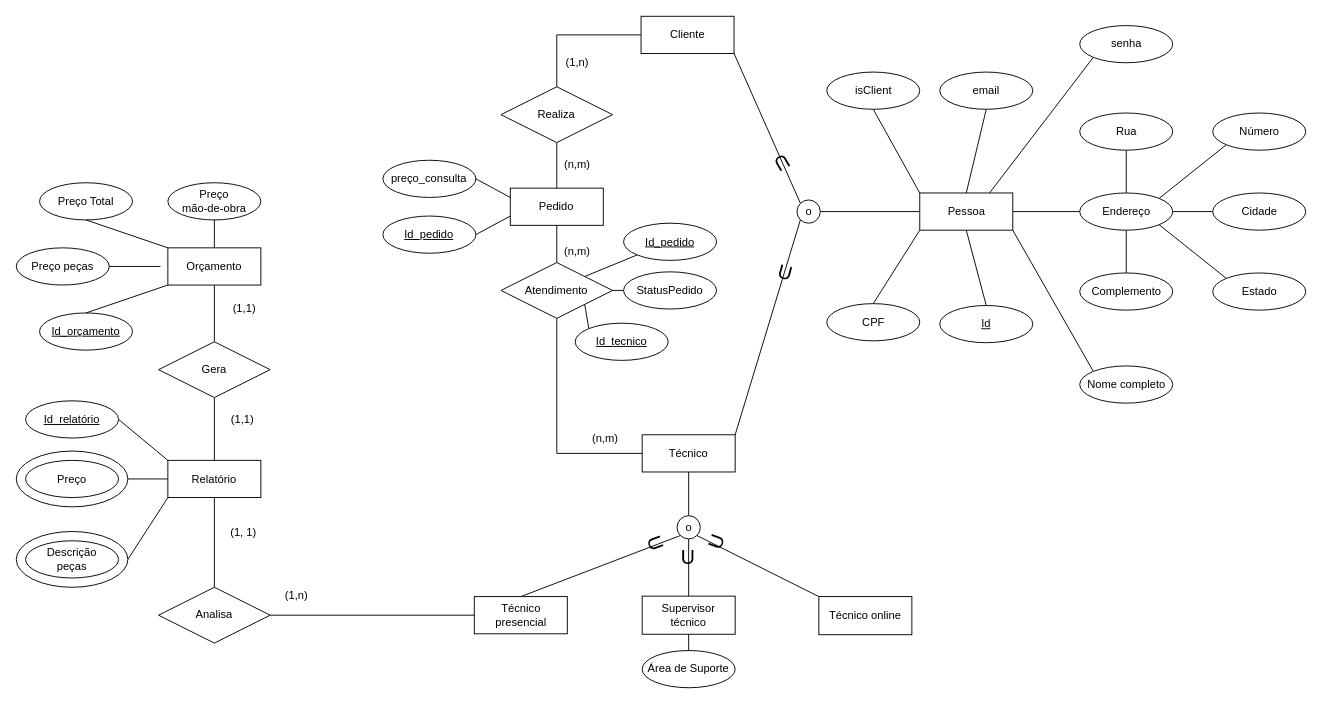
Earlier version of the draw.io diagram page "Diagrama ER" (2 of 4) of Project diagrams and requirements/Tech assistance.drawio (felipepmoreno/Tech-assistanceSoftware). Source tidied: cells renumbered, new cells numbered last; positions are measured from the earlier drawing's top-left corner, leaving out a move shared by most shapes. Both pictures are drawn from the tidied source at 93%, with x=0, y=0 at pixel (16, 16).
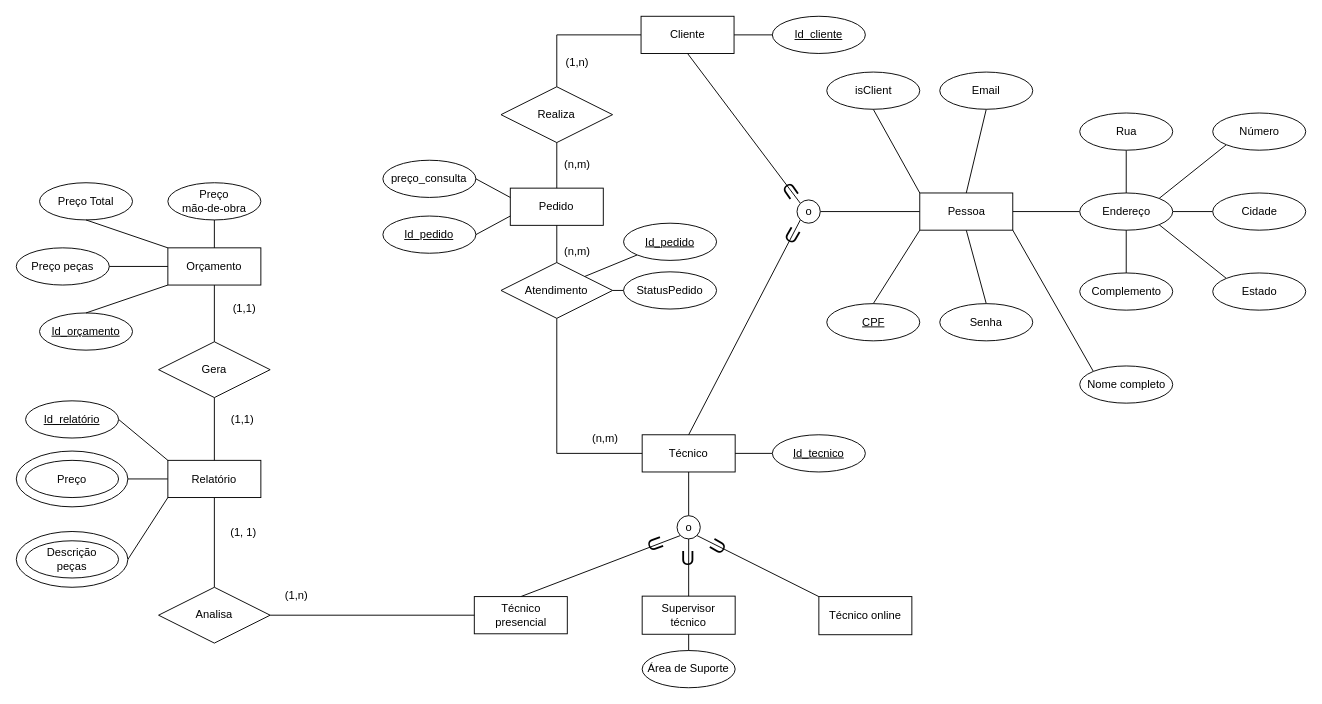
The same diagram, later.

The change refers to these unchanged cells:
```xml
<mxCell id="13" value="Pessoa" style="whiteSpace=wrap;html=1;align=center;" parent="1" vertex="1">
  <mxGeometry x="971.5" y="190" width="100" height="40" as="geometry" />
</mxCell>
<mxCell id="24" value="Técnico" style="whiteSpace=wrap;html=1;align=center;" parent="1" vertex="1">
  <mxGeometry x="673" y="450" width="100" height="40" as="geometry" />
</mxCell>
<mxCell id="47" value="Atendimento" style="shape=rhombus;perimeter=rhombusPerimeter;whiteSpace=wrap;html=1;align=center;" parent="1" vertex="1">
  <mxGeometry x="521.2" y="264.8" width="120" height="60" as="geometry" />
</mxCell>
<mxCell id="60" value="Orçamento" style="whiteSpace=wrap;html=1;align=center;" parent="1" vertex="1">
  <mxGeometry x="163" y="249" width="100" height="40" as="geometry" />
</mxCell>
<mxCell id="64" value="Preço peças" style="ellipse;whiteSpace=wrap;html=1;align=center;" parent="1" vertex="1">
  <mxGeometry y="249" width="100" height="40" as="geometry" />
</mxCell>
<mxCell id="83" value="Cliente" style="whiteSpace=wrap;html=1;align=center;" parent="1" vertex="1">
  <mxGeometry x="671.8" width="100" height="40" as="geometry" />
</mxCell>
<mxCell id="86" value="o" style="ellipse;whiteSpace=wrap;html=1;" parent="1" vertex="1">
  <mxGeometry x="839.5" y="197.5" width="25" height="25" as="geometry" />
</mxCell>
```

Diff of the diagram source:
```diff
@@
-    <mxCell id="10" style="edgeStyle=none;rounded=0;jettySize=auto;html=1;exitX=0.75;exitY=0;exitDx=0;exitDy=0;entryX=0;entryY=1;entryDx=0;entryDy=0;endArrow=none;endFill=0;" parent="1" edge="1" source="13" target="17">
+    <mxCell id="10" style="edgeStyle=none;rounded=0;jettySize=auto;html=1;exitX=0.5;exitY=1;exitDx=0;exitDy=0;entryX=0.5;entryY=0;entryDx=0;entryDy=0;endArrow=none;endFill=0;" parent="1" edge="1" source="13" target="17">
       <mxGeometry relative="1" as="geometry" />
     </mxCell>
-    <mxCell id="11" style="edgeStyle=none;rounded=0;jettySize=auto;html=1;exitX=0.5;exitY=1;exitDx=0;exitDy=0;entryX=0.5;entryY=0;entryDx=0;entryDy=0;endArrow=none;endFill=0;" parent="1" edge="1" source="13" target="14">
+    <mxCell id="11" style="edgeStyle=none;rounded=0;jettySize=auto;html=1;exitX=1;exitY=0.5;exitDx=0;exitDy=0;entryX=0;entryY=0.5;entryDx=0;entryDy=0;endArrow=none;endFill=0;" parent="1" edge="1" source="83" target="14">
       <mxGeometry relative="1" as="geometry" />
     </mxCell>
@@
-    <mxCell id="14" value="Id" style="ellipse;whiteSpace=wrap;html=1;align=center;fontStyle=4;" parent="1" vertex="1">
-      <mxGeometry x="993" y="311" width="100" height="40" as="geometry" />
+    <mxCell id="14" value="Id_cliente" style="ellipse;whiteSpace=wrap;html=1;align=center;fontStyle=4;" parent="1" vertex="1">
+      <mxGeometry x="813" width="100" height="40" as="geometry" />
     </mxCell>
@@
-    <mxCell id="16" value="email" style="ellipse;whiteSpace=wrap;html=1;align=center;" parent="1" vertex="1">
+    <mxCell id="16" value="Email" style="ellipse;whiteSpace=wrap;html=1;align=center;" parent="1" vertex="1">
       <mxGeometry x="993" y="60" width="100" height="40" as="geometry" />
     </mxCell>
-    <mxCell id="17" value="senha" style="ellipse;whiteSpace=wrap;html=1;align=center;" parent="1" vertex="1">
-      <mxGeometry x="1143.5" y="10" width="100" height="40" as="geometry" />
+    <mxCell id="17" value="Senha" style="ellipse;whiteSpace=wrap;html=1;align=center;" parent="1" vertex="1">
+      <mxGeometry x="993" y="309" width="100" height="40" as="geometry" />
     </mxCell>
@@
-    <mxCell id="36" value="U" style="text;html=1;align=center;verticalAlign=middle;fontSize=21;rotation=-70;" parent="1" vertex="1">
-      <mxGeometry x="739.5" y="551" width="25" height="29" as="geometry" />
+    <mxCell id="36" value="U" style="text;html=1;align=center;verticalAlign=middle;fontSize=21;rotation=-60;" parent="1" vertex="1">
+      <mxGeometry x="741" y="556" width="25" height="29" as="geometry" />
     </mxCell>
     <mxCell id="37" value="U" style="text;html=1;align=center;verticalAlign=middle;fontSize=21;rotation=70;" parent="1" vertex="1">
-      <mxGeometry x="676" y="551" width="25" height="29" as="geometry" />
+      <mxGeometry x="676" y="552" width="25" height="29" as="geometry" />
     </mxCell>
-    <mxCell id="38" value="CPF" style="ellipse;whiteSpace=wrap;html=1;align=center;" parent="1" vertex="1">
+    <mxCell id="38" value="&lt;u&gt;CPF&lt;/u&gt;" style="ellipse;whiteSpace=wrap;html=1;align=center;" parent="1" vertex="1">
       <mxGeometry x="871.5" y="309" width="100" height="40" as="geometry" />
     </mxCell>
@@
-    <mxCell id="45" style="edgeStyle=none;rounded=0;jettySize=auto;html=1;exitX=1;exitY=1;exitDx=0;exitDy=0;entryX=0;entryY=0;entryDx=0;entryDy=0;endArrow=none;endFill=0;" parent="1" edge="1" source="47" target="90">
+    <mxCell id="45" style="edgeStyle=none;rounded=0;jettySize=auto;html=1;exitX=1;exitY=0.5;exitDx=0;exitDy=0;entryX=0;entryY=0.5;entryDx=0;entryDy=0;endArrow=none;endFill=0;" parent="1" edge="1" source="24" target="90">
       <mxGeometry relative="1" as="geometry" />
     </mxCell>
@@
-    <mxCell id="66" style="endArrow=none;html=1;exitX=1;exitY=0.5;exitDx=0;exitDy=0;" parent="1" edge="1" source="64">
-      <mxGeometry relative="1" as="geometry">
-        <mxPoint x="155" y="269" as="targetPoint" />
-      </mxGeometry>
+    <mxCell id="66" style="endArrow=none;html=1;exitX=1;exitY=0.5;exitDx=0;exitDy=0;entryX=0;entryY=0.5;entryDx=0;entryDy=0;" parent="1" edge="1" source="64" target="60">
+      <mxGeometry relative="1" as="geometry" />
     </mxCell>
@@
     <mxCell id="75" value="U" style="text;html=1;align=center;verticalAlign=middle;fontSize=21;rotation=0;" parent="1" vertex="1">
-      <mxGeometry x="709.2" y="566" width="25" height="29" as="geometry" />
+      <mxGeometry x="709.2" y="567" width="25" height="29" as="geometry" />
     </mxCell>
@@
-    <mxCell id="84" style="edgeStyle=none;rounded=0;jettySize=auto;html=1;exitX=0;exitY=0;exitDx=0;exitDy=0;entryX=1;entryY=1;entryDx=0;entryDy=0;endArrow=none;endFill=0;" parent="1" edge="1" source="86" target="83">
+    <mxCell id="84" style="edgeStyle=none;rounded=0;jettySize=auto;html=1;exitX=0;exitY=0;exitDx=0;exitDy=0;entryX=0.5;entryY=1;entryDx=0;entryDy=0;endArrow=none;endFill=0;" parent="1" edge="1" source="86" target="83">
       <mxGeometry relative="1" as="geometry" />
     </mxCell>
-    <mxCell id="85" style="rounded=0;jettySize=auto;html=1;exitX=0;exitY=1;exitDx=0;exitDy=0;entryX=1;entryY=0;entryDx=0;entryDy=0;endArrow=none;endFill=0;" parent="1" edge="1" source="86" target="24">
+    <mxCell id="85" style="rounded=0;jettySize=auto;html=1;exitX=0;exitY=1;exitDx=0;exitDy=0;entryX=0.5;entryY=0;entryDx=0;entryDy=0;endArrow=none;endFill=0;" parent="1" edge="1" source="86" target="24">
       <mxGeometry relative="1" as="geometry" />
     </mxCell>
@@
-    <mxCell id="87" value="U" style="text;html=1;align=center;verticalAlign=middle;fontSize=21;rotation=-210;" parent="1" vertex="1">
-      <mxGeometry x="813" y="144" width="25" height="29" as="geometry" />
+    <mxCell id="87" value="U" style="text;html=1;align=center;verticalAlign=middle;fontSize=21;rotation=-215;" parent="1" vertex="1">
+      <mxGeometry x="822" y="174" width="25" height="29" as="geometry" />
     </mxCell>
-    <mxCell id="88" value="U" style="text;html=1;align=center;verticalAlign=middle;fontSize=21;rotation=15;" parent="1" vertex="1">
-      <mxGeometry x="814.8" y="260" width="25" height="29" as="geometry" />
+    <mxCell id="88" value="U" style="text;html=1;align=center;verticalAlign=middle;fontSize=21;rotation=30;" parent="1" vertex="1">
+      <mxGeometry x="822" y="220" width="25" height="29" as="geometry" />
     </mxCell>
@@
     <mxCell id="90" value="&lt;u&gt;Id_tecnico&lt;/u&gt;" style="ellipse;whiteSpace=wrap;html=1;align=center;" parent="1" vertex="1">
-      <mxGeometry x="601" y="330" width="100" height="40" as="geometry" />
+      <mxGeometry x="813" y="450" width="100" height="40" as="geometry" />
     </mxCell>
```
